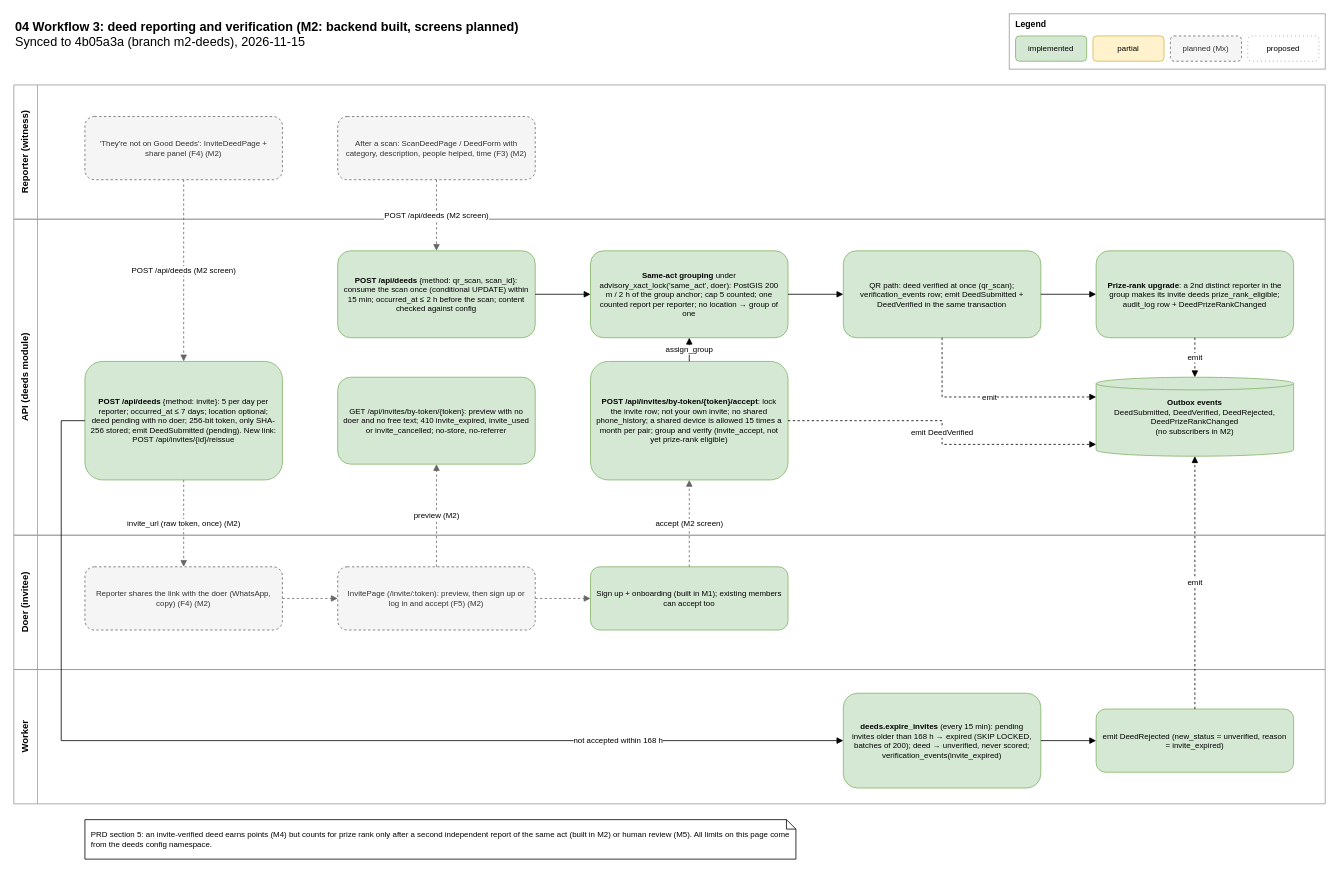
Before: page "3 Deed reporting + verification (M2)" (5 of 8) of docs/architecture/04-workflows.drawio in Ismail94M/Good-Deeds, a draw.io diagram. Source tidied: cells renumbered, new cells numbered last; positions are measured from the earlier drawing's top-left corner, leaving out a move shared by most shapes. Both pictures are drawn from the tidied source at 79%, with x=0, y=0 at pixel (13, 13).
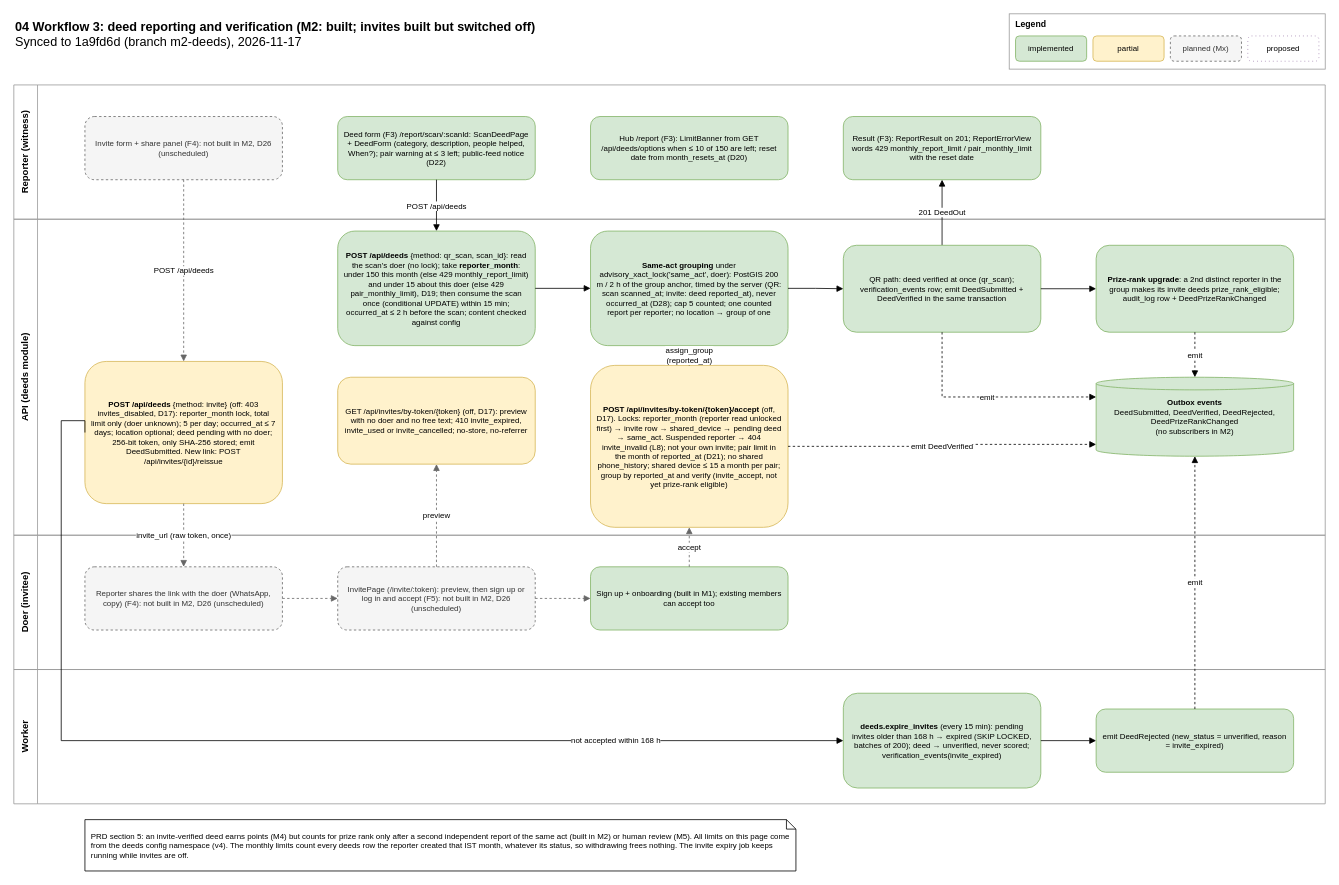
The same page after the edit.

Unchanged cells that the change refers to:
```xml
<mxCell id="24" value="Sign up + onboarding (built in M1); existing members can accept too" style="rounded=1;whiteSpace=wrap;html=1;fontSize=10;spacing=8;fillColor=#d5e8d4;strokeColor=#82b366;" parent="1" vertex="1">
  <mxGeometry x="730" y="700" width="250" height="80" as="geometry" />
</mxCell>
```

Diff of the diagram source:
```diff
@@
-    <mxCell id="2" value="&lt;b&gt;04 Workflow 3: deed reporting and verification (M2: backend built, screens planned)&lt;/b&gt;&lt;br&gt;Synced to 4b05a3a (branch m2-deeds), 2026-11-15" style="text;html=1;align=left;verticalAlign=top;fontSize=16;strokeColor=none;fillColor=none;" parent="1" vertex="1">
+    <mxCell id="2" value="&lt;b&gt;04 Workflow 3: deed reporting and verification (M2: built; invites built but switched off)&lt;/b&gt;&lt;br&gt;Synced to 1a9fd6d (branch m2-deeds), 2026-11-17" style="text;html=1;align=left;verticalAlign=top;fontSize=16;strokeColor=none;fillColor=none;" parent="1" vertex="1">
       <mxGeometry width="1000" height="50" as="geometry" />
     </mxCell>
@@
-    <mxCell id="12" value="'They're not on Good Deeds': InviteDeedPage + share panel (F4) (M2)" style="rounded=1;whiteSpace=wrap;html=1;fontSize=10;spacing=8;fillColor=#f5f5f5;strokeColor=#666666;fontColor=#333333;dashed=1;" parent="1" vertex="1">
+    <mxCell id="12" value="Invite form + share panel (F4): not built in M2, D26 (unscheduled)" style="rounded=1;whiteSpace=wrap;html=1;fontSize=10;spacing=8;fillColor=#f5f5f5;strokeColor=#666666;fontColor=#333333;dashed=1;" parent="1" vertex="1">
       <mxGeometry x="90" y="130" width="250" height="80" as="geometry" />
     </mxCell>
-    <mxCell id="13" value="After a scan: ScanDeedPage / DeedForm with category, description, people helped, time (F3) (M2)" style="rounded=1;whiteSpace=wrap;html=1;fontSize=10;spacing=8;fillColor=#f5f5f5;strokeColor=#666666;fontColor=#333333;dashed=1;" parent="1" vertex="1">
+    <mxCell id="13" value="Deed form (F3) /report/scan/:scanId: ScanDeedPage + DeedForm (category, description, people helped, When?); pair warning at ≤ 3 left; public-feed notice (D22)" style="rounded=1;whiteSpace=wrap;html=1;fontSize=10;spacing=8;fillColor=#d5e8d4;strokeColor=#82b366;" parent="1" vertex="1">
       <mxGeometry x="410" y="130" width="250" height="80" as="geometry" />
     </mxCell>
+    <mxCell id="45" value="Hub /report (F3): LimitBanner from GET /api/deeds/options when ≤ 10 of 150 are left; reset date from month_resets_at (D20)" style="rounded=1;whiteSpace=wrap;html=1;fontSize=10;spacing=8;fillColor=#d5e8d4;strokeColor=#82b366;" parent="1" vertex="1">
+      <mxGeometry x="730" y="130" width="250" height="80" as="geometry" />
+    </mxCell>
+    <mxCell id="46" value="Result (F3): ReportResult on 201; ReportErrorView words 429 monthly_report_limit / pair_monthly_limit with the reset date" style="rounded=1;whiteSpace=wrap;html=1;fontSize=10;spacing=8;fillColor=#d5e8d4;strokeColor=#82b366;" parent="1" vertex="1">
+      <mxGeometry x="1050" y="130" width="250" height="80" as="geometry" />
+    </mxCell>
+    <mxCell id="47" value="201 DeedOut" style="edgeStyle=orthogonalEdgeStyle;rounded=0;html=1;endArrow=block;fontSize=10;labelBackgroundColor=#ffffff;strokeColor=#000000;exitX=0.5;exitY=0;exitDx=0;exitDy=0;entryX=0.5;entryY=1;entryDx=0;entryDy=0;" parent="1" edge="1" source="16" target="46">
+      <mxGeometry relative="1" as="geometry" />
+    </mxCell>
-    <mxCell id="14" value="&lt;b&gt;POST /api/deeds&lt;/b&gt; {method: qr_scan, scan_id}: consume the scan once (conditional UPDATE) within 15 min; occurred_at ≤ 2 h before the scan; content checked against config" style="rounded=1;whiteSpace=wrap;html=1;fontSize=10;spacing=8;fillColor=#d5e8d4;strokeColor=#82b366;" parent="1" vertex="1">
-      <mxGeometry x="410" y="300" width="250" height="110" as="geometry" />
+    <mxCell id="14" value="&lt;b&gt;POST /api/deeds&lt;/b&gt; {method: qr_scan, scan_id}: read the scan's doer (no lock); take &lt;b&gt;reporter_month&lt;/b&gt;: under 150 this month (else 429 monthly_report_limit) and under 15 about this doer (else 429 pair_monthly_limit), D19; then consume the scan once (conditional UPDATE) within 15 min; occurred_at ≤ 2 h before the scan; content checked against config" style="rounded=1;whiteSpace=wrap;html=1;fontSize=10;spacing=8;fillColor=#d5e8d4;strokeColor=#82b366;" parent="1" vertex="1">
+      <mxGeometry x="410" y="275" width="250" height="145" as="geometry" />
     </mxCell>
-    <mxCell id="15" value="&lt;b&gt;Same-act grouping&lt;/b&gt; under advisory_xact_lock('same_act', doer): PostGIS 200 m / 2 h of the group anchor; cap 5 counted; one counted report per reporter; no location → group of one" style="rounded=1;whiteSpace=wrap;html=1;fontSize=10;spacing=8;fillColor=#d5e8d4;strokeColor=#82b366;" parent="1" vertex="1">
-      <mxGeometry x="730" y="300" width="250" height="110" as="geometry" />
+    <mxCell id="15" value="&lt;b&gt;Same-act grouping&lt;/b&gt; under advisory_xact_lock('same_act', doer): PostGIS 200 m / 2 h of the group anchor, timed by the server (QR: scan scanned_at; invite: deed reported_at), never occurred_at (D28); cap 5 counted; one counted report per reporter; no location → group of one" style="rounded=1;whiteSpace=wrap;html=1;fontSize=10;spacing=8;fillColor=#d5e8d4;strokeColor=#82b366;" parent="1" vertex="1">
+      <mxGeometry x="730" y="275" width="250" height="145" as="geometry" />
     </mxCell>
     <mxCell id="16" value="QR path: deed verified at once (qr_scan); verification_events row; emit DeedSubmitted + DeedVerified in the same transaction" style="rounded=1;whiteSpace=wrap;html=1;fontSize=10;spacing=8;fillColor=#d5e8d4;strokeColor=#82b366;" parent="1" vertex="1">
-      <mxGeometry x="1050" y="300" width="250" height="110" as="geometry" />
+      <mxGeometry x="1050" y="293" width="250" height="110" as="geometry" />
     </mxCell>
     <mxCell id="17" value="&lt;b&gt;Prize-rank upgrade&lt;/b&gt;: a 2nd distinct reporter in the group makes its invite deeds prize_rank_eligible; audit_log row + DeedPrizeRankChanged" style="rounded=1;whiteSpace=wrap;html=1;fontSize=10;spacing=8;fillColor=#d5e8d4;strokeColor=#82b366;" parent="1" vertex="1">
-      <mxGeometry x="1370" y="300" width="250" height="110" as="geometry" />
+      <mxGeometry x="1370" y="293" width="250" height="110" as="geometry" />
     </mxCell>
-    <mxCell id="18" value="&lt;b&gt;POST /api/deeds&lt;/b&gt; {method: invite}: 5 per day per reporter; occurred_at ≤ 7 days; location optional; deed pending with no doer; 256-bit token, only SHA-256 stored; emit DeedSubmitted (pending). New link: POST /api/invites/{id}/reissue" style="rounded=1;whiteSpace=wrap;html=1;fontSize=10;spacing=8;fillColor=#d5e8d4;strokeColor=#82b366;" parent="1" vertex="1">
-      <mxGeometry x="90" y="440" width="250" height="150" as="geometry" />
+    <mxCell id="18" value="&lt;b&gt;POST /api/deeds&lt;/b&gt; {method: invite} (off: 403 invites_disabled, D17): reporter_month lock, total limit only (doer unknown); 5 per day; occurred_at ≤ 7 days; location optional; deed pending with no doer; 256-bit token, only SHA-256 stored; emit DeedSubmitted. New link: POST /api/invites/{id}/reissue" style="rounded=1;whiteSpace=wrap;html=1;fontSize=10;spacing=8;fillColor=#fff2cc;strokeColor=#d6b656;" parent="1" vertex="1">
+      <mxGeometry x="90" y="440" width="250" height="180" as="geometry" />
     </mxCell>
-    <mxCell id="19" value="GET /api/invites/by-token/{token}: preview with no doer and no free text; 410 invite_expired, invite_used or invite_cancelled; no-store, no-referrer" style="rounded=1;whiteSpace=wrap;html=1;fontSize=10;spacing=8;fillColor=#d5e8d4;strokeColor=#82b366;" parent="1" vertex="1">
+    <mxCell id="19" value="GET /api/invites/by-token/{token} (off, D17): preview with no doer and no free text; 410 invite_expired, invite_used or invite_cancelled; no-store, no-referrer" style="rounded=1;whiteSpace=wrap;html=1;fontSize=10;spacing=8;fillColor=#fff2cc;strokeColor=#d6b656;" parent="1" vertex="1">
       <mxGeometry x="410" y="460" width="250" height="110" as="geometry" />
     </mxCell>
-    <mxCell id="20" value="&lt;b&gt;POST /api/invites/by-token/{token}/accept&lt;/b&gt;: lock the invite row; not your own invite; no shared phone_history; a shared device is allowed 15 times a month per pair; group and verify (invite_accept, not yet prize-rank eligible)" style="rounded=1;whiteSpace=wrap;html=1;fontSize=10;spacing=8;fillColor=#d5e8d4;strokeColor=#82b366;" parent="1" vertex="1">
-      <mxGeometry x="730" y="440" width="250" height="150" as="geometry" />
+    <mxCell id="20" value="&lt;b&gt;POST /api/invites/by-token/{token}/accept&lt;/b&gt; (off, D17). Locks: reporter_month (reporter read unlocked first) → invite row → shared_device → pending deed → same_act. Suspended reporter → 404 invite_invalid (L8); not your own invite; pair limit in the month of reported_at (D21); no shared phone_history; shared device ≤ 15 a month per pair; group by reported_at and verify (invite_accept, not yet prize-rank eligible)" style="rounded=1;whiteSpace=wrap;html=1;fontSize=10;spacing=8;fillColor=#fff2cc;strokeColor=#d6b656;" parent="1" vertex="1">
+      <mxGeometry x="730" y="445" width="250" height="205" as="geometry" />
     </mxCell>
@@
-    <mxCell id="22" value="Reporter shares the link with the doer (WhatsApp, copy) (F4) (M2)" style="rounded=1;whiteSpace=wrap;html=1;fontSize=10;spacing=8;fillColor=#f5f5f5;strokeColor=#666666;fontColor=#333333;dashed=1;" parent="1" vertex="1">
+    <mxCell id="22" value="Reporter shares the link with the doer (WhatsApp, copy) (F4): not built in M2, D26 (unscheduled)" style="rounded=1;whiteSpace=wrap;html=1;fontSize=10;spacing=8;fillColor=#f5f5f5;strokeColor=#666666;fontColor=#333333;dashed=1;" parent="1" vertex="1">
       <mxGeometry x="90" y="700" width="250" height="80" as="geometry" />
     </mxCell>
-    <mxCell id="23" value="InvitePage (/invite/:token): preview, then sign up or log in and accept (F5) (M2)" style="rounded=1;whiteSpace=wrap;html=1;fontSize=10;spacing=8;fillColor=#f5f5f5;strokeColor=#666666;fontColor=#333333;dashed=1;" parent="1" vertex="1">
+    <mxCell id="23" value="InvitePage (/invite/:token): preview, then sign up or log in and accept (F5): not built in M2, D26 (unscheduled)" style="rounded=1;whiteSpace=wrap;html=1;fontSize=10;spacing=8;fillColor=#f5f5f5;strokeColor=#666666;fontColor=#333333;dashed=1;" parent="1" vertex="1">
       <mxGeometry x="410" y="700" width="250" height="80" as="geometry" />
     </mxCell>
@@
-    <mxCell id="27" value="PRD section 5: an invite-verified deed earns points (M4) but counts for prize rank only after a second independent report of the same act (built in M2) or human review (M5). All limits on this page come from the deeds config namespace." style="shape=note;whiteSpace=wrap;html=1;size=12;align=left;spacingLeft=6;fontSize=10;" parent="1" vertex="1">
-      <mxGeometry x="90" y="1020" width="900" height="50" as="geometry" />
+    <mxCell id="27" value="PRD section 5: an invite-verified deed earns points (M4) but counts for prize rank only after a second independent report of the same act (built in M2) or human review (M5). All limits on this page come from the deeds config namespace (v4). The monthly limits count every deeds row the reporter created that IST month, whatever its status, so withdrawing frees nothing. The invite expiry job keeps running while invites are off." style="shape=note;whiteSpace=wrap;html=1;size=12;align=left;spacingLeft=6;fontSize=10;" parent="1" vertex="1">
+      <mxGeometry x="90" y="1020" width="900" height="65" as="geometry" />
     </mxCell>
-    <mxCell id="28" value="POST /api/deeds (M2 screen)" style="edgeStyle=orthogonalEdgeStyle;rounded=0;html=1;endArrow=block;strokeColor=#666666;dashed=1;fontSize=10;labelBackgroundColor=#ffffff;exitX=0.5;exitY=1;exitDx=0;exitDy=0;entryX=0.5;entryY=0;entryDx=0;entryDy=0;" parent="1" edge="1" source="13" target="14">
+    <mxCell id="28" value="POST /api/deeds" style="edgeStyle=orthogonalEdgeStyle;rounded=0;html=1;endArrow=block;fontSize=10;labelBackgroundColor=#ffffff;exitX=0.5;exitY=1;exitDx=0;exitDy=0;entryX=0.5;entryY=0;entryDx=0;entryDy=0;strokeColor=#000000;" parent="1" edge="1" source="13" target="14">
       <mxGeometry relative="1" as="geometry" />
     </mxCell>
@@
-    <mxCell id="34" value="POST /api/deeds (M2 screen)" style="edgeStyle=orthogonalEdgeStyle;rounded=0;html=1;endArrow=block;strokeColor=#666666;dashed=1;fontSize=10;labelBackgroundColor=#ffffff;exitX=0.5;exitY=1;exitDx=0;exitDy=0;entryX=0.5;entryY=0;entryDx=0;entryDy=0;" parent="1" edge="1" source="12" target="18">
+    <mxCell id="34" value="POST /api/deeds" style="edgeStyle=orthogonalEdgeStyle;rounded=0;html=1;endArrow=block;strokeColor=#666666;dashed=1;fontSize=10;labelBackgroundColor=#ffffff;exitX=0.5;exitY=1;exitDx=0;exitDy=0;entryX=0.5;entryY=0;entryDx=0;entryDy=0;" parent="1" edge="1" source="12" target="18">
       <mxGeometry relative="1" as="geometry" />
     </mxCell>
-    <mxCell id="35" value="invite_url (raw token, once) (M2)" style="edgeStyle=orthogonalEdgeStyle;rounded=0;html=1;endArrow=block;strokeColor=#666666;dashed=1;fontSize=10;labelBackgroundColor=#ffffff;exitX=0.5;exitY=1;exitDx=0;exitDy=0;entryX=0.5;entryY=0;entryDx=0;entryDy=0;" parent="1" edge="1" source="18" target="22">
+    <mxCell id="35" value="invite_url (raw token, once)" style="edgeStyle=orthogonalEdgeStyle;rounded=0;html=1;endArrow=block;strokeColor=#666666;dashed=1;fontSize=10;labelBackgroundColor=#ffffff;exitX=0.5;exitY=1;exitDx=0;exitDy=0;entryX=0.5;entryY=0;entryDx=0;entryDy=0;" parent="1" edge="1" source="18" target="22">
       <mxGeometry relative="1" as="geometry" />
     </mxCell>
@@
-    <mxCell id="37" value="preview (M2)" style="edgeStyle=orthogonalEdgeStyle;rounded=0;html=1;endArrow=block;strokeColor=#666666;dashed=1;fontSize=10;labelBackgroundColor=#ffffff;exitX=0.5;exitY=0;exitDx=0;exitDy=0;entryX=0.5;entryY=1;entryDx=0;entryDy=0;" parent="1" edge="1" source="23" target="19">
+    <mxCell id="37" value="preview" style="edgeStyle=orthogonalEdgeStyle;rounded=0;html=1;endArrow=block;strokeColor=#666666;dashed=1;fontSize=10;labelBackgroundColor=#ffffff;exitX=0.5;exitY=0;exitDx=0;exitDy=0;entryX=0.5;entryY=1;entryDx=0;entryDy=0;" parent="1" edge="1" source="23" target="19">
       <mxGeometry relative="1" as="geometry" />
     </mxCell>
@@
-    <mxCell id="39" value="accept (M2 screen)" style="edgeStyle=orthogonalEdgeStyle;rounded=0;html=1;endArrow=block;strokeColor=#666666;dashed=1;fontSize=10;labelBackgroundColor=#ffffff;exitX=0.5;exitY=0;exitDx=0;exitDy=0;entryX=0.5;entryY=1;entryDx=0;entryDy=0;" parent="1" edge="1" source="24" target="20">
+    <mxCell id="39" value="accept" style="edgeStyle=orthogonalEdgeStyle;rounded=0;html=1;endArrow=block;strokeColor=#666666;dashed=1;fontSize=10;labelBackgroundColor=#ffffff;exitX=0.5;exitY=0;exitDx=0;exitDy=0;entryX=0.5;entryY=1;entryDx=0;entryDy=0;" parent="1" edge="1" source="24" target="20">
       <mxGeometry relative="1" as="geometry" />
     </mxCell>
-    <mxCell id="40" value="assign_group" style="edgeStyle=orthogonalEdgeStyle;rounded=0;html=1;endArrow=block;strokeColor=#000000;fontSize=10;labelBackgroundColor=#ffffff;exitX=0.5;exitY=0;exitDx=0;exitDy=0;entryX=0.5;entryY=1;entryDx=0;entryDy=0;" parent="1" edge="1" source="20" target="15">
+    <mxCell id="40" value="assign_group&lt;br&gt;(reported_at)" style="edgeStyle=orthogonalEdgeStyle;rounded=0;html=1;endArrow=block;strokeColor=#000000;fontSize=10;labelBackgroundColor=#ffffff;exitX=0.5;exitY=0;exitDx=0;exitDy=0;entryX=0.5;entryY=1;entryDx=0;entryDy=0;" parent="1" edge="1" source="20" target="15">
       <mxGeometry relative="1" as="geometry" />
     </mxCell>
```
